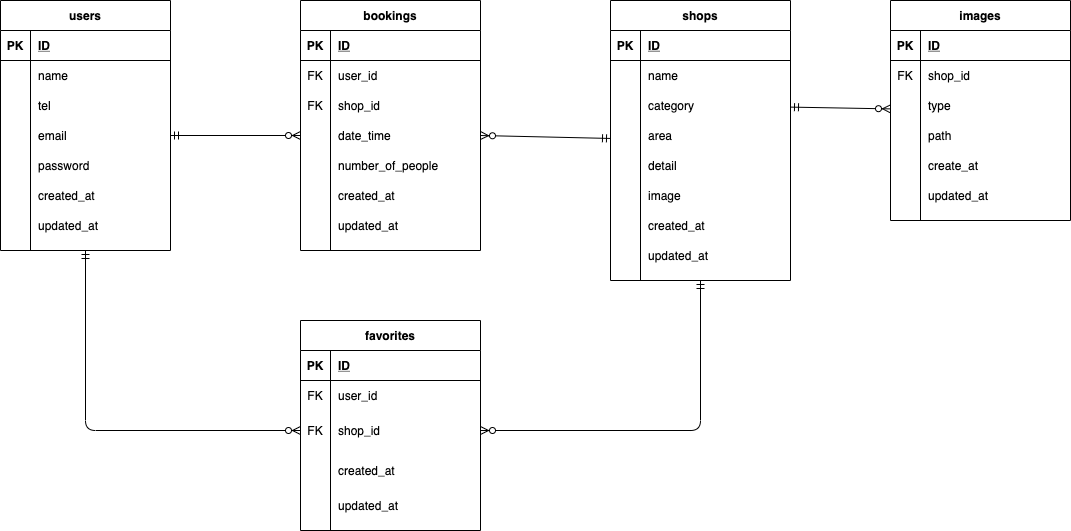
Before: rese.drawio.png, a diagram exported from draw.io (yskikuchi/resepj). Source tidied: cells renumbered, new cells last; positions are measured from the earlier drawing's top-left corner, leaving out a move shared by most shapes.
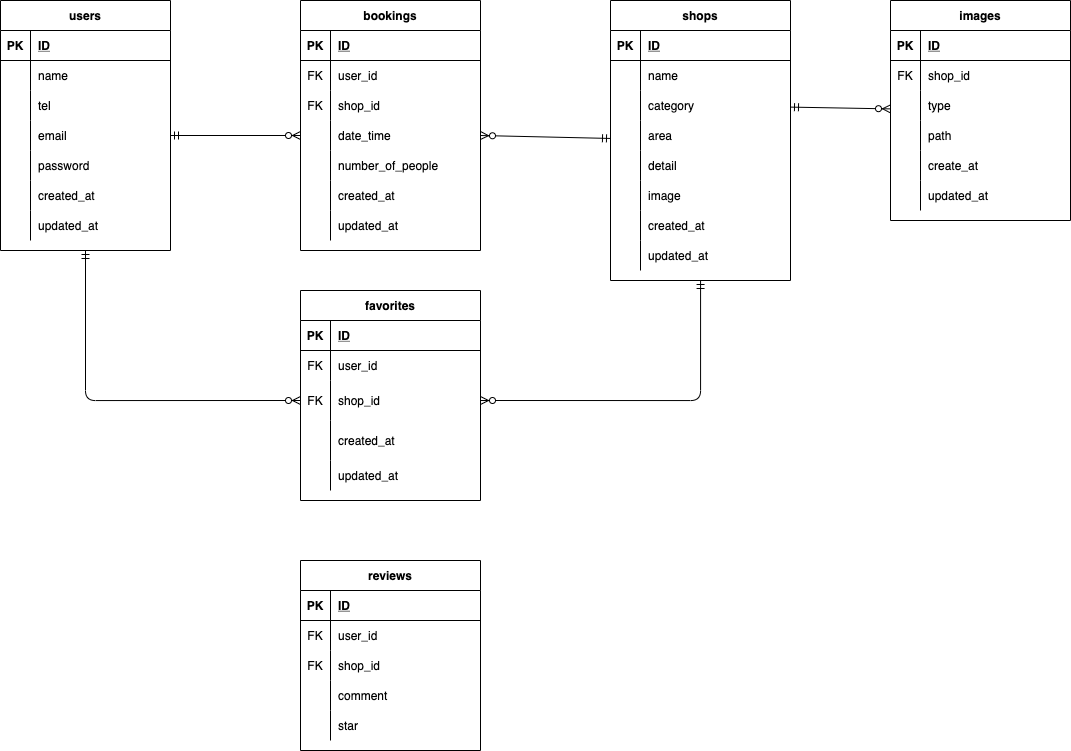
After the change.

Change to the diagram source:
```diff
@@ -219,7 +219,7 @@
       <mxGeometry x="30" width="150" height="30" as="geometry" />
     </mxCell>
     <mxCell id="74" value="favorites" style="shape=table;startSize=30;rowLines=0;fontStyle=1;align=center;" parent="1" vertex="1">
-      <mxGeometry x="300" y="320" width="180" height="210" as="geometry" />
+      <mxGeometry x="300" y="290" width="180" height="210" as="geometry" />
     </mxCell>
     <mxCell id="75" style="shape=partialRectangle;fillColor=none;top=0;left=0;bottom=1;right=0;" parent="74" vertex="1">
       <mxGeometry y="30" width="180" height="30" as="geometry" />
@@ -329,5 +329,53 @@
     <mxCell id="110" value="updated_at" style="shape=partialRectangle;fillColor=none;top=0;left=0;bottom=0;right=0;align=left;spacingLeft=6;overflow=hidden;" parent="108" vertex="1">
       <mxGeometry x="30" width="150" height="30" as="geometry" />
     </mxCell>
+    <mxCell id="111" value="reviews" style="shape=table;startSize=30;rowLines=0;fontStyle=1;align=center;" parent="1" vertex="1">
+      <mxGeometry x="300" y="560" width="180" height="190" as="geometry" />
+    </mxCell>
+    <mxCell id="112" style="shape=partialRectangle;fillColor=none;top=0;left=0;bottom=1;right=0;" parent="111" vertex="1">
+      <mxGeometry y="30" width="180" height="30" as="geometry" />
+    </mxCell>
+    <mxCell id="113" value="PK" style="shape=partialRectangle;fillColor=none;top=0;left=0;bottom=0;right=0;fontStyle=1;overflow=hidden;" parent="112" vertex="1">
+      <mxGeometry width="30" height="30" as="geometry" />
+    </mxCell>
+    <mxCell id="114" value="ID" style="shape=partialRectangle;fillColor=none;top=0;left=0;bottom=0;right=0;align=left;spacingLeft=6;fontStyle=5;overflow=hidden;" parent="112" vertex="1">
+      <mxGeometry x="30" width="150" height="30" as="geometry" />
+    </mxCell>
+    <mxCell id="115" style="shape=partialRectangle;fillColor=none;top=0;left=0;bottom=0;right=0;" parent="111" vertex="1">
+      <mxGeometry y="60" width="180" height="30" as="geometry" />
+    </mxCell>
+    <mxCell id="116" value="FK" style="shape=partialRectangle;fillColor=none;top=0;left=0;bottom=0;right=0;overflow=hidden;" parent="115" vertex="1">
+      <mxGeometry width="30" height="30" as="geometry" />
+    </mxCell>
+    <mxCell id="117" value="user_id" style="shape=partialRectangle;fillColor=none;top=0;left=0;bottom=0;right=0;align=left;spacingLeft=6;overflow=hidden;" parent="115" vertex="1">
+      <mxGeometry x="30" width="150" height="30" as="geometry" />
+    </mxCell>
+    <mxCell id="118" style="shape=partialRectangle;fillColor=none;top=0;left=0;bottom=0;right=0;" parent="111" vertex="1">
+      <mxGeometry y="90" width="180" height="30" as="geometry" />
+    </mxCell>
+    <mxCell id="119" value="FK" style="shape=partialRectangle;fillColor=none;top=0;left=0;bottom=0;right=0;overflow=hidden;" parent="118" vertex="1">
+      <mxGeometry width="30" height="30" as="geometry" />
+    </mxCell>
+    <mxCell id="120" value="shop_id" style="shape=partialRectangle;fillColor=none;top=0;left=0;bottom=0;right=0;align=left;spacingLeft=6;overflow=hidden;" parent="118" vertex="1">
+      <mxGeometry x="30" width="150" height="30" as="geometry" />
+    </mxCell>
+    <mxCell id="121" style="shape=partialRectangle;fillColor=none;top=0;left=0;bottom=0;right=0;" parent="111" vertex="1">
+      <mxGeometry y="120" width="180" height="30" as="geometry" />
+    </mxCell>
+    <mxCell id="122" style="shape=partialRectangle;fillColor=none;top=0;left=0;bottom=0;right=0;overflow=hidden;" parent="121" vertex="1">
+      <mxGeometry width="30" height="30" as="geometry" />
+    </mxCell>
+    <mxCell id="123" value="comment" style="shape=partialRectangle;fillColor=none;top=0;left=0;bottom=0;right=0;align=left;spacingLeft=6;overflow=hidden;" parent="121" vertex="1">
+      <mxGeometry x="30" width="150" height="30" as="geometry" />
+    </mxCell>
+    <mxCell id="124" style="shape=partialRectangle;fillColor=none;top=0;left=0;bottom=0;right=0;" parent="111" vertex="1">
+      <mxGeometry y="150" width="180" height="30" as="geometry" />
+    </mxCell>
+    <mxCell id="125" style="shape=partialRectangle;fillColor=none;top=0;left=0;bottom=0;right=0;overflow=hidden;" parent="124" vertex="1">
+      <mxGeometry width="30" height="30" as="geometry" />
+    </mxCell>
+    <mxCell id="126" value="star" style="shape=partialRectangle;fillColor=none;top=0;left=0;bottom=0;right=0;align=left;spacingLeft=6;overflow=hidden;" parent="124" vertex="1">
+      <mxGeometry x="30" width="150" height="30" as="geometry" />
+    </mxCell>
   </root>
 </mxGraphModel>
```
